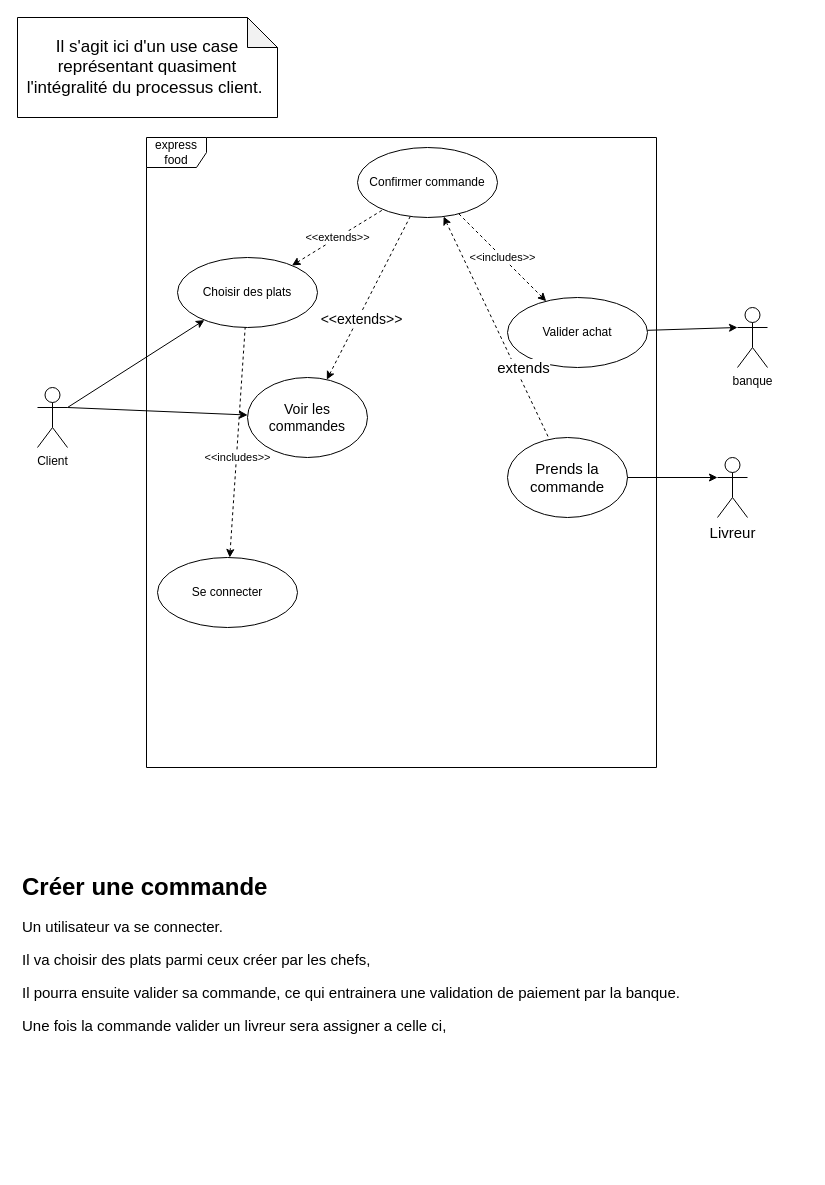
sebastien-deren/projet_4 keeps this draw.io diagram as page "Main Use case" (1 of 4) of main_use_case.drawio. Above is the earlier version. Source tidied: cells renumbered, new cells numbered last; positions are measured from the earlier drawing's top-left corner, leaving out a move shared by most shapes. Both pictures are drawn from the tidied source at 100%, with x=0, y=0 at pixel (17, 17).
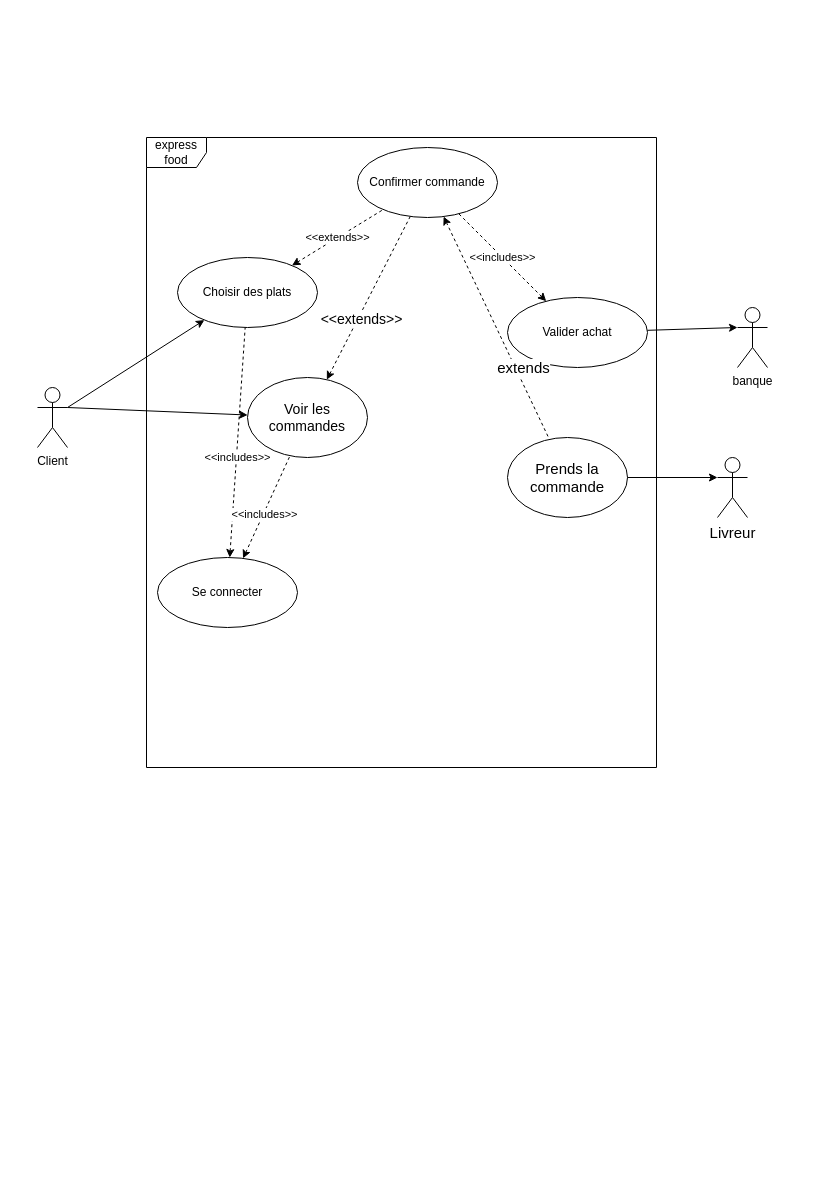
The same page after the edit.

Unchanged cells that the change refers to:
```xml
<mxCell id="7" value="Se connecter" style="ellipse;whiteSpace=wrap;html=1;" parent="1" vertex="1">
  <mxGeometry x="140" y="540" width="140" height="70" as="geometry" />
</mxCell>
<mxCell id="20" value="Voir les commandes" style="ellipse;whiteSpace=wrap;html=1;fontSize=14;" parent="1" vertex="1">
  <mxGeometry x="230" y="360" width="120" height="80" as="geometry" />
</mxCell>
```

Diff of the diagram source:
```diff
@@
-    <mxCell id="14" value="&lt;h1&gt;Créer une commande&lt;/h1&gt;&lt;p style=&quot;font-size: 15px;&quot;&gt;Un utilisateur va se connecter.&lt;/p&gt;&lt;p style=&quot;font-size: 15px;&quot;&gt;Il va choisir des plats parmi ceux créer par les chefs,&lt;/p&gt;&lt;p style=&quot;font-size: 15px;&quot;&gt;Il pourra ensuite valider sa commande, ce qui entrainera une validation de paiement par la banque.&lt;/p&gt;&lt;p style=&quot;font-size: 15px;&quot;&gt;Une fois la commande valider un livreur sera assigner a celle ci,&amp;nbsp;&lt;/p&gt;&lt;p style=&quot;font-size: 15px;&quot;&gt;&lt;br&gt;&lt;/p&gt;" style="text;html=1;strokeColor=none;fillColor=none;spacing=5;spacingTop=-20;whiteSpace=wrap;overflow=hidden;rounded=0;" parent="1" vertex="1">
-      <mxGeometry y="850" width="790" height="300" as="geometry" />
-    </mxCell>
@@
-    <mxCell id="24" value="Il s'agit ici d'un use case représentant quasiment l'intégralité du processus client.&amp;nbsp;" style="shape=note;whiteSpace=wrap;html=1;backgroundOutline=1;darkOpacity=0.05;fontSize=17;" parent="1" vertex="1">
-      <mxGeometry width="260" height="100" as="geometry" />
-    </mxCell>
+    <mxCell id="25" value="&amp;lt;&amp;lt;includes&amp;gt;&amp;gt;" style="endArrow=none;html=1;rounded=0;dashed=1;endFill=0;startArrow=classic;startFill=1;" parent="1" edge="1" source="7" target="20">
+      <mxGeometry x="-0.13" y="-1" relative="1" as="geometry" />
+    </mxCell>
```
